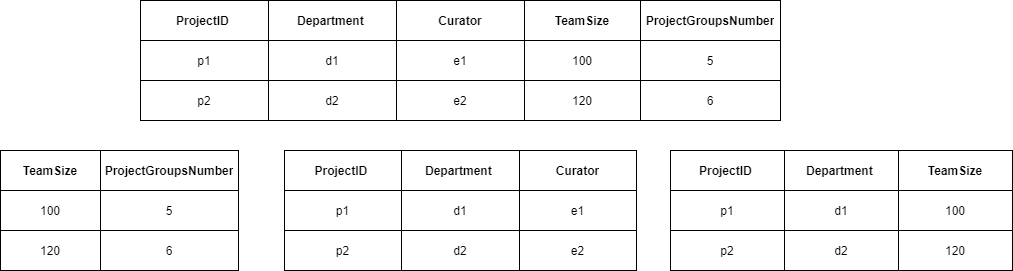
Above: lab5/task5.drawio.png in dari-kayoo/Database (draw.io), before the change. Source tidied: cells renumbered, new cells last; positions are measured from the earlier drawing's top-left corner, leaving out a move shared by most shapes.
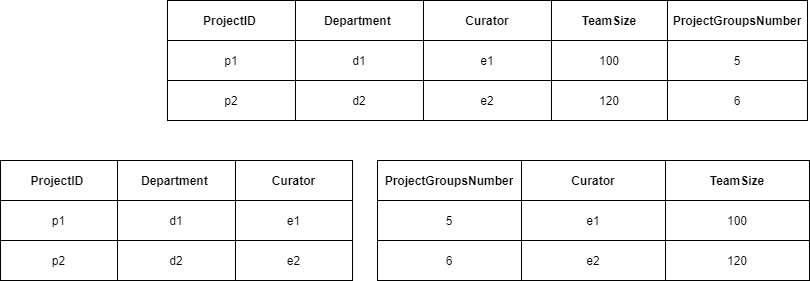
The same file after the commit.

Change to the diagram source:
```diff
@@ -3,7 +3,7 @@
     <mxCell id="0" />
     <mxCell id="1" parent="0" />
     <mxCell id="2" style="shape=table;html=1;whiteSpace=wrap;startSize=0;" parent="1" vertex="1">
-      <mxGeometry x="140" width="640" height="120" as="geometry" />
+      <mxGeometry x="130" width="640" height="120" as="geometry" />
     </mxCell>
     <mxCell id="3" style="shape=partialRectangle;html=1;whiteSpace=wrap;fillColor=none;top=0;left=0;bottom=0;right=0;" parent="2" vertex="1">
       <mxGeometry width="640" height="40" as="geometry" />
@@ -14,7 +14,7 @@
     <mxCell id="5" value="&lt;b&gt;Department&amp;nbsp;&lt;/b&gt;" style="shape=partialRectangle;html=1;whiteSpace=wrap;fillColor=none;top=0;left=0;bottom=0;right=0;overflow=hidden;" parent="3" vertex="1">
       <mxGeometry x="128" width="128" height="40" as="geometry" />
     </mxCell>
-    <mxCell id="6" value="&lt;b&gt;Curator&lt;/b&gt;" style="shape=partialRectangle;html=1;whiteSpace=wrap;fillColor=none;top=0;left=0;bottom=0;right=0;overflow=hidden;" parent="3" vertex="1">
+    <mxCell id="6" value="&lt;b&gt;Curator&lt;/b&gt;" style="shape=partialRectangle;html=1;whiteSpace=wrap;fillColor=none;top=0;left=0;bottom=0;right=0;overflow=hidden;flipH=0;flipV=0;" parent="3" vertex="1">
       <mxGeometry x="256" width="128" height="40" as="geometry" />
     </mxCell>
     <mxCell id="7" value="&lt;b&gt;TeamSize&lt;/b&gt;" style="shape=partialRectangle;html=1;whiteSpace=wrap;fillColor=none;top=0;left=0;bottom=0;right=0;overflow=hidden;" parent="3" vertex="1">
@@ -59,38 +59,8 @@
     <mxCell id="20" value="6" style="shape=partialRectangle;html=1;whiteSpace=wrap;fillColor=none;top=0;left=0;bottom=0;right=0;overflow=hidden;" parent="15" vertex="1">
       <mxGeometry x="500" width="140" height="40" as="geometry" />
     </mxCell>
-    <mxCell id="21" style="shape=table;html=1;whiteSpace=wrap;startSize=0;" parent="1" vertex="1">
-      <mxGeometry y="150" width="238" height="120" as="geometry" />
-    </mxCell>
-    <mxCell id="22" style="shape=partialRectangle;html=1;whiteSpace=wrap;fillColor=none;top=0;left=0;bottom=0;right=0;" parent="21" vertex="1">
-      <mxGeometry width="238" height="40" as="geometry" />
-    </mxCell>
-    <mxCell id="23" value="&lt;b&gt;TeamSize&lt;/b&gt;" style="shape=partialRectangle;html=1;whiteSpace=wrap;fillColor=none;top=0;left=0;bottom=0;right=0;overflow=hidden;" parent="22" vertex="1">
-      <mxGeometry width="100" height="40" as="geometry" />
-    </mxCell>
-    <mxCell id="24" value="&lt;b&gt;ProjectGroupsNumber&lt;/b&gt;" style="shape=partialRectangle;html=1;whiteSpace=wrap;fillColor=none;top=0;left=0;bottom=0;right=0;overflow=hidden;" parent="22" vertex="1">
-      <mxGeometry x="100" width="138" height="40" as="geometry" />
-    </mxCell>
-    <mxCell id="25" style="shape=partialRectangle;html=1;whiteSpace=wrap;fillColor=none;top=0;left=0;bottom=0;right=0;" parent="21" vertex="1">
-      <mxGeometry y="40" width="238" height="40" as="geometry" />
-    </mxCell>
-    <mxCell id="26" value="100" style="shape=partialRectangle;html=1;whiteSpace=wrap;fillColor=none;top=0;left=0;bottom=0;right=0;overflow=hidden;" parent="25" vertex="1">
-      <mxGeometry width="100" height="40" as="geometry" />
-    </mxCell>
-    <mxCell id="27" value="5" style="shape=partialRectangle;html=1;whiteSpace=wrap;fillColor=none;top=0;left=0;bottom=0;right=0;overflow=hidden;" parent="25" vertex="1">
-      <mxGeometry x="100" width="138" height="40" as="geometry" />
-    </mxCell>
-    <mxCell id="28" style="shape=partialRectangle;html=1;whiteSpace=wrap;fillColor=none;top=0;left=0;bottom=0;right=0;" parent="21" vertex="1">
-      <mxGeometry y="80" width="238" height="40" as="geometry" />
-    </mxCell>
-    <mxCell id="29" value="120" style="shape=partialRectangle;html=1;whiteSpace=wrap;fillColor=none;top=0;left=0;bottom=0;right=0;overflow=hidden;" parent="28" vertex="1">
-      <mxGeometry width="100" height="40" as="geometry" />
-    </mxCell>
-    <mxCell id="30" value="6" style="shape=partialRectangle;html=1;whiteSpace=wrap;fillColor=none;top=0;left=0;bottom=0;right=0;overflow=hidden;" parent="28" vertex="1">
-      <mxGeometry x="100" width="138" height="40" as="geometry" />
-    </mxCell>
     <mxCell id="31" style="shape=table;html=1;whiteSpace=wrap;startSize=0;" parent="1" vertex="1">
-      <mxGeometry x="284" y="150" width="352" height="120" as="geometry" />
+      <mxGeometry x="-37" y="160" width="352" height="120" as="geometry" />
     </mxCell>
     <mxCell id="32" style="shape=partialRectangle;html=1;whiteSpace=wrap;fillColor=none;top=0;left=0;bottom=0;right=0;" parent="31" vertex="1">
       <mxGeometry width="352" height="40" as="geometry" />
@@ -128,44 +98,44 @@
     <mxCell id="43" value="e2" style="shape=partialRectangle;html=1;whiteSpace=wrap;fillColor=none;top=0;left=0;bottom=0;right=0;overflow=hidden;" parent="40" vertex="1">
       <mxGeometry x="235" width="117" height="40" as="geometry" />
     </mxCell>
-    <mxCell id="44" style="shape=table;html=1;whiteSpace=wrap;startSize=0;" parent="1" vertex="1">
-      <mxGeometry x="670" y="150" width="342" height="120" as="geometry" />
-    </mxCell>
-    <mxCell id="45" style="shape=partialRectangle;html=1;whiteSpace=wrap;fillColor=none;top=0;left=0;bottom=0;right=0;" parent="44" vertex="1">
-      <mxGeometry width="342" height="40" as="geometry" />
-    </mxCell>
-    <mxCell id="46" value="&lt;b&gt;ProjectID&amp;nbsp;&lt;/b&gt;" style="shape=partialRectangle;html=1;whiteSpace=wrap;fillColor=none;top=0;left=0;bottom=0;right=0;overflow=hidden;" parent="45" vertex="1">
-      <mxGeometry width="114" height="40" as="geometry" />
-    </mxCell>
-    <mxCell id="47" value="&lt;b&gt;Department&amp;nbsp;&lt;/b&gt;" style="shape=partialRectangle;html=1;whiteSpace=wrap;fillColor=none;top=0;left=0;bottom=0;right=0;overflow=hidden;" parent="45" vertex="1">
-      <mxGeometry x="114" width="114" height="40" as="geometry" />
-    </mxCell>
-    <mxCell id="48" value="&lt;b&gt;TeamSize&lt;/b&gt;" style="shape=partialRectangle;html=1;whiteSpace=wrap;fillColor=none;top=0;left=0;bottom=0;right=0;overflow=hidden;" parent="45" vertex="1">
-      <mxGeometry x="228" width="114" height="40" as="geometry" />
-    </mxCell>
-    <mxCell id="49" style="shape=partialRectangle;html=1;whiteSpace=wrap;fillColor=none;top=0;left=0;bottom=0;right=0;" parent="44" vertex="1">
-      <mxGeometry y="40" width="342" height="40" as="geometry" />
-    </mxCell>
-    <mxCell id="50" value="p1" style="shape=partialRectangle;html=1;whiteSpace=wrap;fillColor=none;top=0;left=0;bottom=0;right=0;overflow=hidden;" parent="49" vertex="1">
-      <mxGeometry width="114" height="40" as="geometry" />
-    </mxCell>
-    <mxCell id="51" value="d1" style="shape=partialRectangle;html=1;whiteSpace=wrap;fillColor=none;top=0;left=0;bottom=0;right=0;overflow=hidden;" parent="49" vertex="1">
-      <mxGeometry x="114" width="114" height="40" as="geometry" />
-    </mxCell>
-    <mxCell id="52" value="100" style="shape=partialRectangle;html=1;whiteSpace=wrap;fillColor=none;top=0;left=0;bottom=0;right=0;overflow=hidden;" parent="49" vertex="1">
-      <mxGeometry x="228" width="114" height="40" as="geometry" />
-    </mxCell>
-    <mxCell id="53" style="shape=partialRectangle;html=1;whiteSpace=wrap;fillColor=none;top=0;left=0;bottom=0;right=0;" parent="44" vertex="1">
-      <mxGeometry y="80" width="342" height="40" as="geometry" />
-    </mxCell>
-    <mxCell id="54" value="p2" style="shape=partialRectangle;html=1;whiteSpace=wrap;fillColor=none;top=0;left=0;bottom=0;right=0;overflow=hidden;" parent="53" vertex="1">
-      <mxGeometry width="114" height="40" as="geometry" />
-    </mxCell>
-    <mxCell id="55" value="d2" style="shape=partialRectangle;html=1;whiteSpace=wrap;fillColor=none;top=0;left=0;bottom=0;right=0;overflow=hidden;" parent="53" vertex="1">
-      <mxGeometry x="114" width="114" height="40" as="geometry" />
-    </mxCell>
-    <mxCell id="56" value="120" style="shape=partialRectangle;html=1;whiteSpace=wrap;fillColor=none;top=0;left=0;bottom=0;right=0;overflow=hidden;" parent="53" vertex="1">
-      <mxGeometry x="228" width="114" height="40" as="geometry" />
-    </mxCell>
+    <mxCell id="57" style="shape=table;html=1;whiteSpace=wrap;startSize=0;" parent="1" vertex="1">
+      <mxGeometry x="340" y="160" width="432" height="120" as="geometry" />
+    </mxCell>
+    <mxCell id="58" style="shape=partialRectangle;html=1;whiteSpace=wrap;fillColor=none;top=0;left=0;bottom=0;right=0;" parent="57" vertex="1">
+      <mxGeometry width="432" height="40" as="geometry" />
+    </mxCell>
+    <mxCell id="24" value="&lt;b&gt;ProjectGroupsNumber&lt;/b&gt;" style="shape=partialRectangle;html=1;whiteSpace=wrap;fillColor=none;top=0;left=0;bottom=0;right=0;overflow=hidden;" parent="58" vertex="1">
+      <mxGeometry width="144" height="40" as="geometry" />
+    </mxCell>
+    <mxCell id="59" value="&lt;b&gt;Curator&lt;/b&gt;" style="shape=partialRectangle;html=1;whiteSpace=wrap;fillColor=none;top=0;left=0;bottom=0;right=0;overflow=hidden;" parent="58" vertex="1">
+      <mxGeometry x="144" width="144" height="40" as="geometry" />
+    </mxCell>
+    <mxCell id="60" value="&lt;b&gt;TeamSize&lt;/b&gt;" style="shape=partialRectangle;html=1;whiteSpace=wrap;fillColor=none;top=0;left=0;bottom=0;right=0;overflow=hidden;" parent="58" vertex="1">
+      <mxGeometry x="288" width="144" height="40" as="geometry" />
+    </mxCell>
+    <mxCell id="61" style="shape=partialRectangle;html=1;whiteSpace=wrap;fillColor=none;top=0;left=0;bottom=0;right=0;" parent="57" vertex="1">
+      <mxGeometry y="40" width="432" height="40" as="geometry" />
+    </mxCell>
+    <mxCell id="27" value="5" style="shape=partialRectangle;html=1;whiteSpace=wrap;fillColor=none;top=0;left=0;bottom=0;right=0;overflow=hidden;" parent="61" vertex="1">
+      <mxGeometry width="144" height="40" as="geometry" />
+    </mxCell>
+    <mxCell id="62" value="&lt;span&gt;e1&lt;/span&gt;" style="shape=partialRectangle;html=1;whiteSpace=wrap;fillColor=none;top=0;left=0;bottom=0;right=0;overflow=hidden;" parent="61" vertex="1">
+      <mxGeometry x="144" width="144" height="40" as="geometry" />
+    </mxCell>
+    <mxCell id="63" value="&lt;span&gt;100&lt;/span&gt;" style="shape=partialRectangle;html=1;whiteSpace=wrap;fillColor=none;top=0;left=0;bottom=0;right=0;overflow=hidden;" parent="61" vertex="1">
+      <mxGeometry x="288" width="144" height="40" as="geometry" />
+    </mxCell>
+    <mxCell id="64" style="shape=partialRectangle;html=1;whiteSpace=wrap;fillColor=none;top=0;left=0;bottom=0;right=0;" parent="57" vertex="1">
+      <mxGeometry y="80" width="432" height="40" as="geometry" />
+    </mxCell>
+    <mxCell id="30" value="6" style="shape=partialRectangle;html=1;whiteSpace=wrap;fillColor=none;top=0;left=0;bottom=0;right=0;overflow=hidden;" parent="64" vertex="1">
+      <mxGeometry width="144" height="40" as="geometry" />
+    </mxCell>
+    <mxCell id="65" value="&lt;span&gt;e2&lt;/span&gt;" style="shape=partialRectangle;html=1;whiteSpace=wrap;fillColor=none;top=0;left=0;bottom=0;right=0;overflow=hidden;" parent="64" vertex="1">
+      <mxGeometry x="144" width="144" height="40" as="geometry" />
+    </mxCell>
+    <mxCell id="66" value="&lt;span&gt;120&lt;/span&gt;" style="shape=partialRectangle;html=1;whiteSpace=wrap;fillColor=none;top=0;left=0;bottom=0;right=0;overflow=hidden;" parent="64" vertex="1">
+      <mxGeometry x="288" width="144" height="40" as="geometry" />
+    </mxCell>
   </root>
 </mxGraphModel>
```
